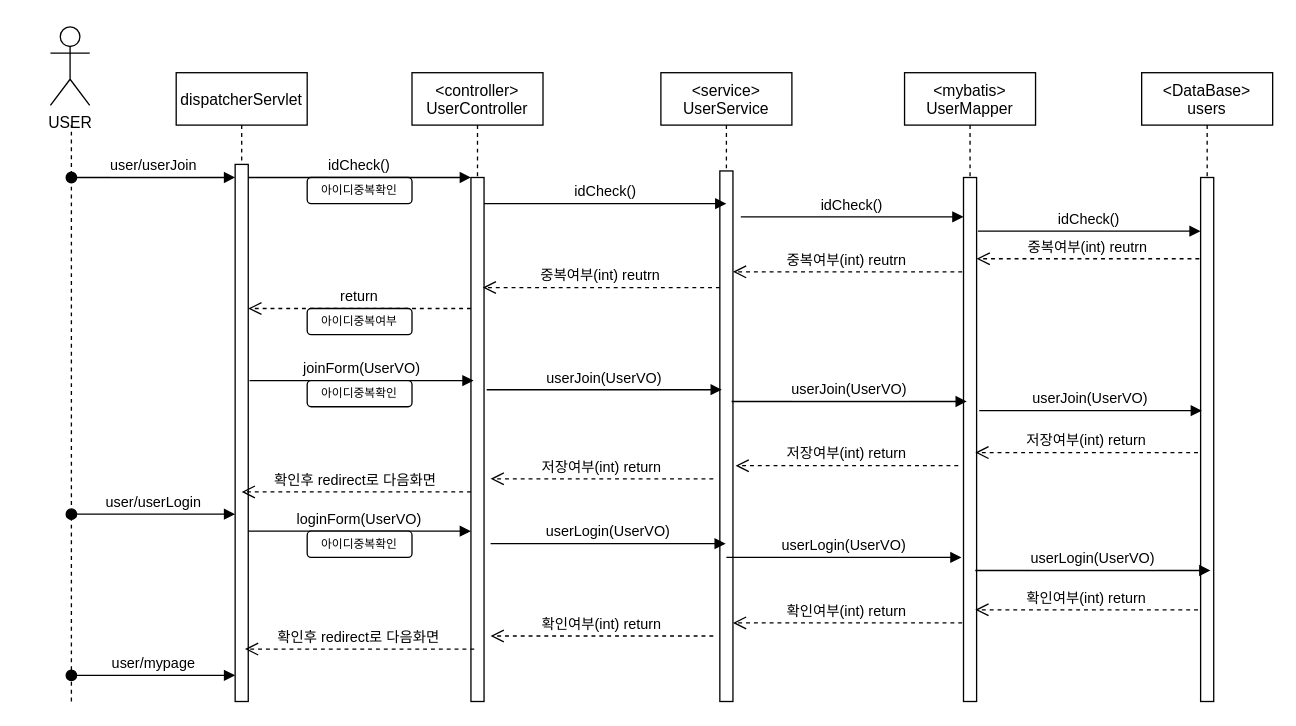
Before: Untitled Diagram.drawio in dudgns7259/aaaaa, a draw.io diagram. Source tidied: cells renumbered, new cells numbered last; positions are measured from the earlier drawing's top-left corner, leaving out a move shared by most shapes. Both pictures are drawn from the tidied source at 131%, with x=0, y=0 at pixel (50, 26).
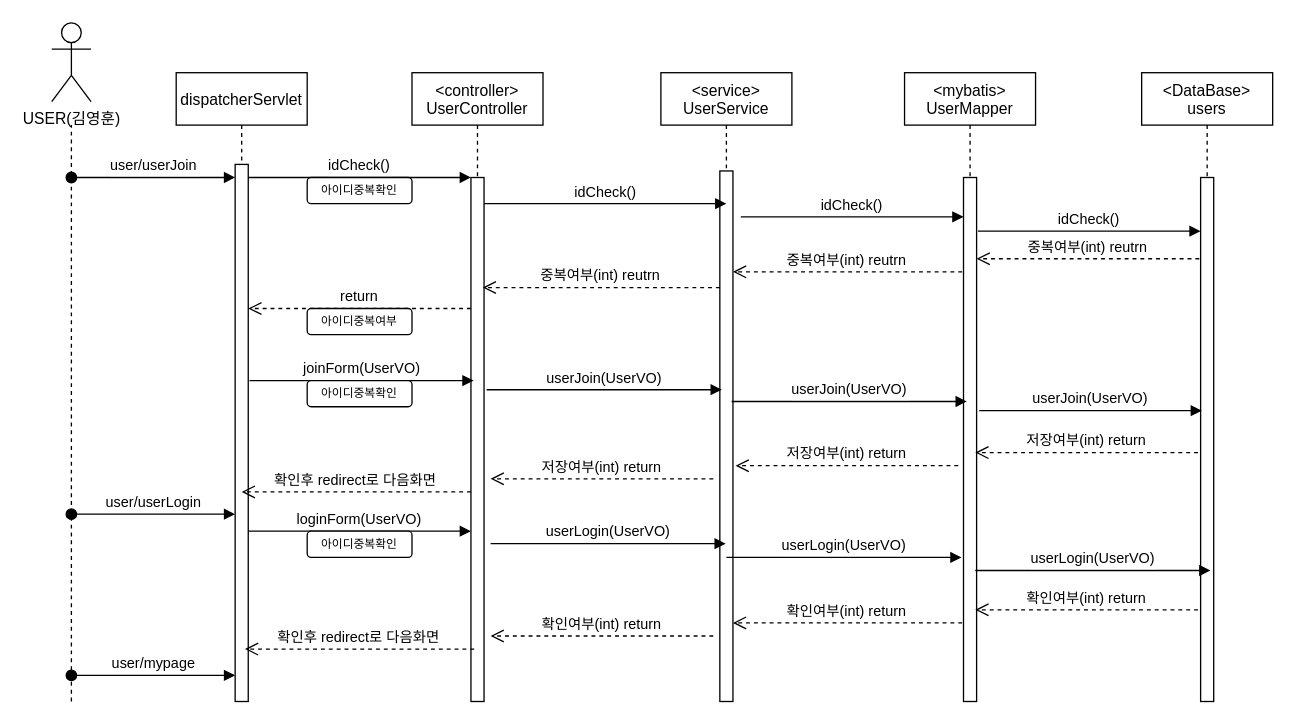
After the change.

What changed in the source:
```diff
@@
-    <mxCell id="9" value="USER" style="shape=umlActor;verticalLabelPosition=bottom;verticalAlign=top;html=1;" parent="1" vertex="1">
-      <mxGeometry width="30" height="60" as="geometry" />
+    <mxCell id="9" value="USER(김영훈)" style="shape=umlActor;verticalLabelPosition=bottom;verticalAlign=top;html=1;" parent="1" vertex="1">
+      <mxGeometry x="1" y="-3" width="30" height="60" as="geometry" />
     </mxCell>
```
